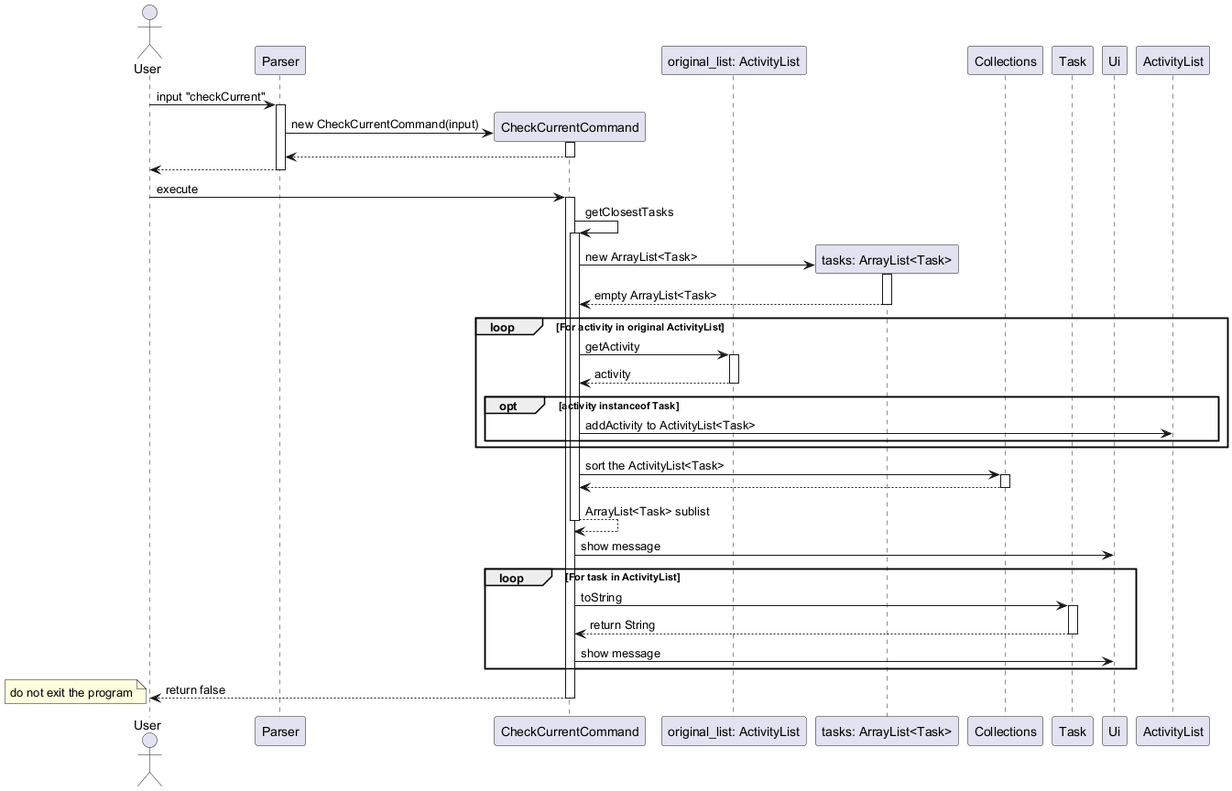
The PlantUML diagram docs/images/CheckCurrent_sequence.png in Kennahh/tp, before a commit. Its source is kept beside it as docs/diagrams/CheckCurrent_sequence.puml.
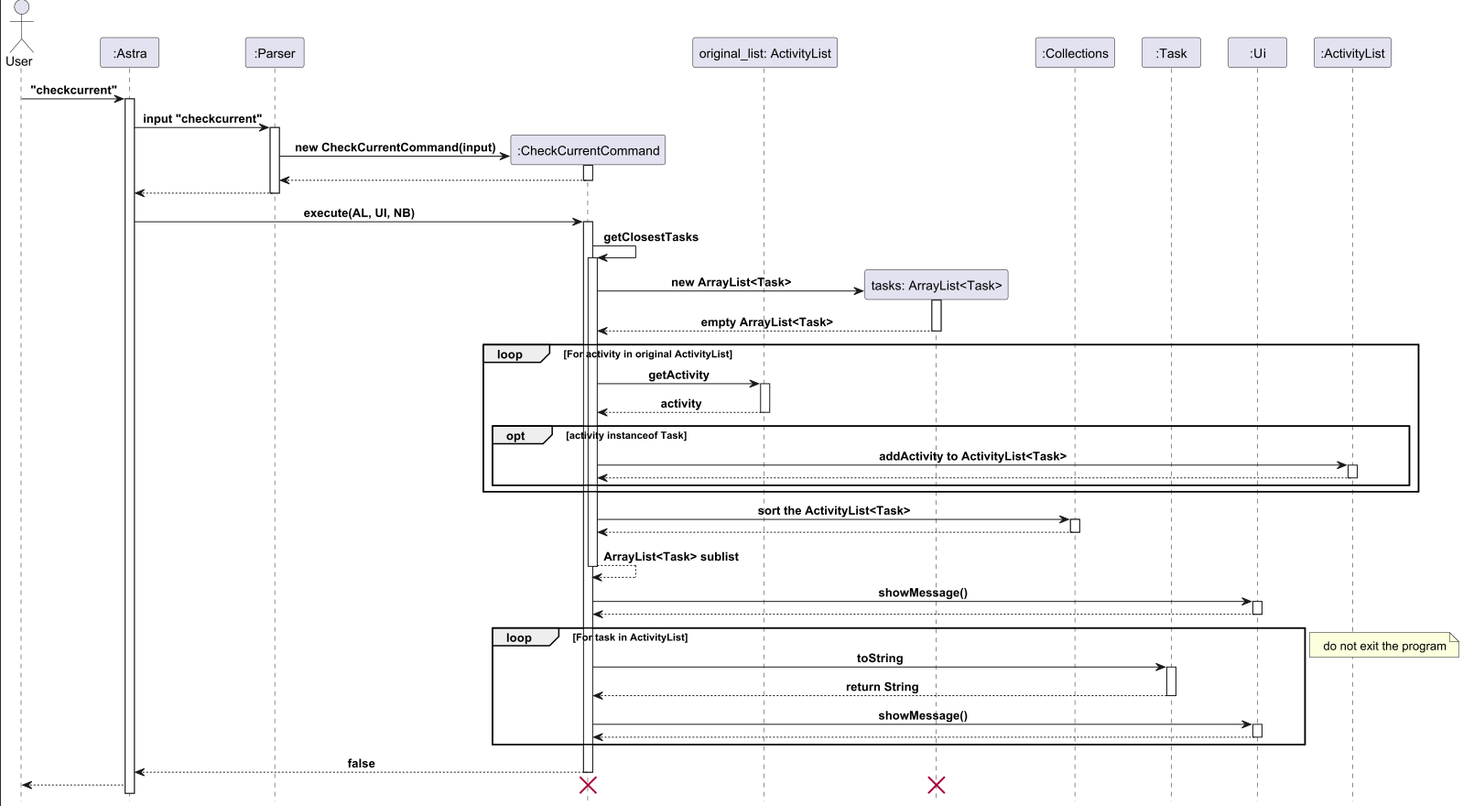
Above is the later version.

Commit message:
Update CheckCurrent sequence Diagram

Diff of the diagram source:
```diff
@@ -1,25 +1,29 @@
 @startuml
 !include style.puml
 Actor User
-participant Parser
-participant CheckCurrentCommand
+participant ":Astra" as Astra
+participant ":Parser" as Parser
+participant ":CheckCurrentCommand" as CheckCurrentCommand
 participant "original_list: ActivityList" as original_list
 participant "tasks: ArrayList<Task>" as tasks
-participant Collections
-participant Task
-participant Ui
+participant ":Collections" as Collections
+participant ":Task" as Task
+participant ":Ui" as Ui
+participant ":ActivityList" as ActivityList
 
-User -> Parser: input "checkCurrent"
+User -> Astra : "checkcurrent"
+activate Astra
+Astra-> Parser: input "checkcurrent"
 activate Parser
 create CheckCurrentCommand
 Parser -> CheckCurrentCommand: new CheckCurrentCommand(input)
 activate CheckCurrentCommand
 CheckCurrentCommand --> Parser
 deactivate CheckCurrentCommand
-Parser --> User
+Parser --> Astra
 deactivate Parser
 
-User -> CheckCurrentCommand: execute
+Astra -> CheckCurrentCommand: execute(AL, UI, NB)
 activate CheckCurrentCommand
 CheckCurrentCommand -> CheckCurrentCommand: getClosestTasks
 activate CheckCurrentCommand
@@ -35,6 +39,9 @@
     deactivate original_list
     opt activity instanceof Task
         CheckCurrentCommand -> ActivityList: addActivity to ActivityList<Task>
+        activate ActivityList
+        return
+        deactivate ActivityList
     end
 end
 CheckCurrentCommand -> Collections: sort the ActivityList<Task>
@@ -44,17 +51,25 @@
 CheckCurrentCommand --> CheckCurrentCommand: ArrayList<Task> sublist
 deactivate CheckCurrentCommand
 
-CheckCurrentCommand -> Ui: show message
+CheckCurrentCommand -> Ui: showMessage()
+activate Ui
+return
+deactivate Ui
 loop For task in ActivityList
     CheckCurrentCommand -> Task: toString
     activate Task
     Task --> CheckCurrentCommand: return String
     deactivate Task
-    CheckCurrentCommand -> Ui: show message
+    CheckCurrentCommand -> Ui: showMessage()
+    activate Ui
+    return
+    deactivate Ui
 end
-
-CheckCurrentCommand --> User: return false
 note left: do not exit the program
+CheckCurrentCommand --> Astra: false
 deactivate CheckCurrentCommand
+Astra --> User
+destroy CheckCurrentCommand
+destroy tasks
 
 @enduml
```
